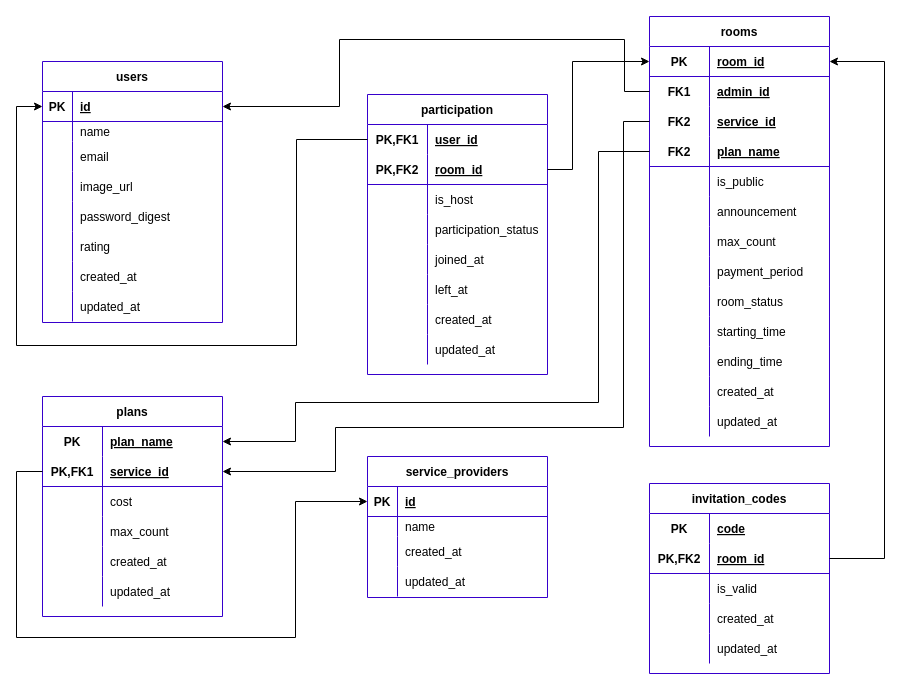
Before: db/schema/table.drawio in billsgates/salamander, a draw.io diagram. Source tidied: cells renumbered, new cells numbered last; positions are measured from the earlier drawing's top-left corner, leaving out a move shared by most shapes. Both pictures are drawn from the tidied source at 100%, with x=0, y=0 at pixel (16, 16).
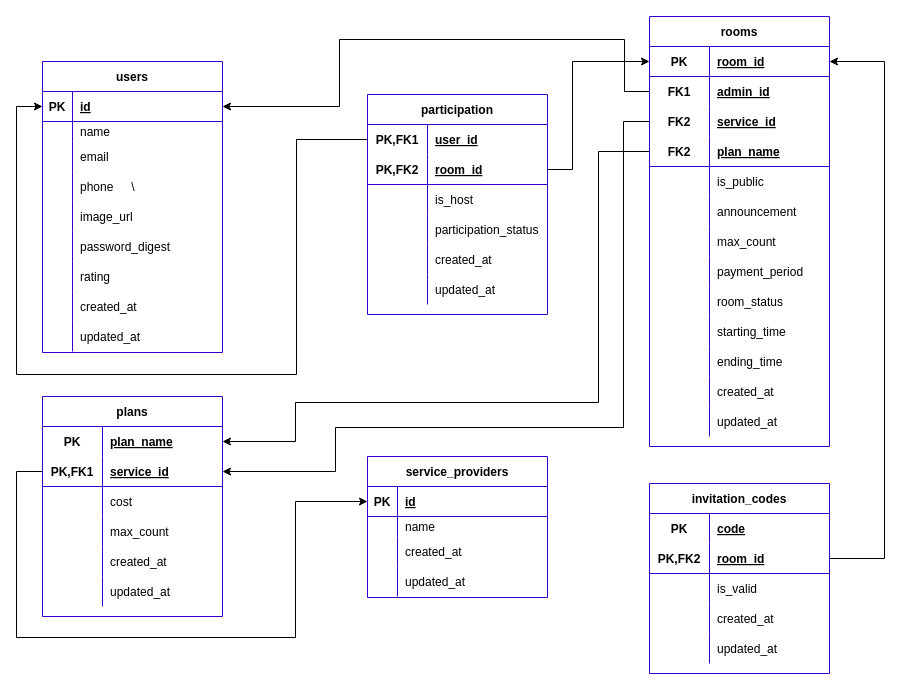
Above is the later version.

The change refers to these unchanged cells:
```xml
<mxCell id="3" style="shape=partialRectangle;top=0;left=0;bottom=1;right=0;points=[[0,0.5],[1,0.5]];portConstraint=eastwest;labelBorderColor=#000000;fontColor=#ffffff;fillColor=none;strokeColor=#3700CC;" parent="2" vertex="1">
  <mxGeometry y="30" width="180" height="30" as="geometry" />
</mxCell>
<mxCell id="100" style="shape=partialRectangle;fillColor=none;top=0;left=0;bottom=0;right=0;points=[[0,0.5],[1,0.5]];portConstraint=eastwest;strokeColor=#3700CC;" parent="99" vertex="1">
  <mxGeometry y="30" width="180" height="30" as="geometry" />
</mxCell>
```

Diff of the diagram source:
```diff
@@
     <mxCell id="2" value="users" style="shape=table;startSize=30;childLayout=tableLayout;rowLines=0;fontStyle=1;align=center;labelBackgroundColor=none;strokeColor=#3700CC;swimlaneFillColor=#ffffff;fontColor=#000000;fillColor=#FFFFFF;" parent="1" vertex="1">
-      <mxGeometry x="26" y="45" width="180" height="261" as="geometry" />
+      <mxGeometry x="26" y="45" width="180" height="291" as="geometry" />
     </mxCell>
@@
+    <mxCell id="147" style="shape=partialRectangle;fillColor=none;top=0;left=0;bottom=0;right=0;" parent="2" vertex="1">
+      <mxGeometry y="110" width="180" height="30" as="geometry" />
+    </mxCell>
+    <mxCell id="148" style="shape=partialRectangle;fillColor=none;top=0;left=0;bottom=0;right=0;overflow=hidden;" parent="147" vertex="1">
+      <mxGeometry width="30" height="30" as="geometry" />
+    </mxCell>
+    <mxCell id="149" value="phone" style="shape=partialRectangle;fillColor=none;top=0;left=0;bottom=0;right=0;align=left;spacingLeft=6;overflow=hidden;fontColor=#000000;" parent="147" vertex="1">
+      <mxGeometry x="30" width="150" height="30" as="geometry" />
+    </mxCell>
     <mxCell id="12" style="shape=partialRectangle;fillColor=none;top=0;left=0;bottom=0;right=0;" parent="2" vertex="1">
-      <mxGeometry y="110" width="180" height="30" as="geometry" />
+      <mxGeometry y="140" width="180" height="30" as="geometry" />
     </mxCell>
@@
     <mxCell id="15" style="shape=partialRectangle;fillColor=none;top=0;left=0;bottom=0;right=0;" parent="2" vertex="1">
-      <mxGeometry y="140" width="180" height="30" as="geometry" />
+      <mxGeometry y="170" width="180" height="30" as="geometry" />
     </mxCell>
@@
     <mxCell id="18" style="shape=partialRectangle;fillColor=none;top=0;left=0;bottom=0;right=0;" parent="2" vertex="1">
-      <mxGeometry y="170" width="180" height="30" as="geometry" />
+      <mxGeometry y="200" width="180" height="30" as="geometry" />
     </mxCell>
@@
     <mxCell id="21" style="shape=partialRectangle;fillColor=none;top=0;left=0;bottom=0;right=0;" parent="2" vertex="1">
-      <mxGeometry y="200" width="180" height="30" as="geometry" />
+      <mxGeometry y="230" width="180" height="30" as="geometry" />
     </mxCell>
@@
     <mxCell id="24" style="shape=partialRectangle;fillColor=none;top=0;left=0;bottom=0;right=0;" parent="2" vertex="1">
-      <mxGeometry y="230" width="180" height="30" as="geometry" />
+      <mxGeometry y="260" width="180" height="30" as="geometry" />
     </mxCell>
@@
     <mxCell id="99" value="participation" style="shape=table;startSize=30;childLayout=tableLayout;rowLines=0;fontStyle=1;align=center;shadow=0;labelBackgroundColor=none;strokeColor=#3700CC;fontColor=#000000;fillColor=#FFFFFF;swimlaneFillColor=#ffffff;" parent="1" vertex="1">
-      <mxGeometry x="351" y="78" width="180" height="280" as="geometry" />
+      <mxGeometry x="351" y="78" width="180" height="220" as="geometry" />
     </mxCell>
@@
-    <mxCell id="112" style="shape=partialRectangle;fillColor=none;top=0;left=0;bottom=0;right=0;" parent="99" vertex="1">
-      <mxGeometry y="150" width="180" height="30" as="geometry" />
-    </mxCell>
-    <mxCell id="113" style="shape=partialRectangle;fillColor=none;top=0;left=0;bottom=0;right=0;overflow=hidden;fontColor=#000000;" parent="112" vertex="1">
-      <mxGeometry width="60" height="30" as="geometry" />
-    </mxCell>
-    <mxCell id="114" value="joined_at" style="shape=partialRectangle;fillColor=none;top=0;left=0;bottom=0;right=0;align=left;spacingLeft=6;overflow=hidden;fontColor=#000000;" parent="112" vertex="1">
-      <mxGeometry x="60" width="120" height="30" as="geometry" />
-    </mxCell>
-    <mxCell id="115" style="shape=partialRectangle;fillColor=none;top=0;left=0;bottom=0;right=0;" parent="99" vertex="1">
-      <mxGeometry y="180" width="180" height="30" as="geometry" />
-    </mxCell>
-    <mxCell id="116" style="shape=partialRectangle;fillColor=none;top=0;left=0;bottom=0;right=0;overflow=hidden;fontColor=#000000;" parent="115" vertex="1">
-      <mxGeometry width="60" height="30" as="geometry" />
-    </mxCell>
-    <mxCell id="117" value="left_at" style="shape=partialRectangle;fillColor=none;top=0;left=0;bottom=0;right=0;align=left;spacingLeft=6;overflow=hidden;fontColor=#000000;" parent="115" vertex="1">
-      <mxGeometry x="60" width="120" height="30" as="geometry" />
-    </mxCell>
     <mxCell id="118" style="shape=partialRectangle;fillColor=none;top=0;left=0;bottom=0;right=0;" parent="99" vertex="1">
-      <mxGeometry y="210" width="180" height="30" as="geometry" />
+      <mxGeometry y="150" width="180" height="30" as="geometry" />
     </mxCell>
@@
     <mxCell id="121" style="shape=partialRectangle;fillColor=none;top=0;left=0;bottom=0;right=0;" parent="99" vertex="1">
-      <mxGeometry y="240" width="180" height="30" as="geometry" />
+      <mxGeometry y="180" width="180" height="30" as="geometry" />
     </mxCell>
@@
     <mxCell id="128" style="edgeStyle=orthogonalEdgeStyle;rounded=0;jettySize=auto;html=1;exitX=0;exitY=0.5;exitDx=0;exitDy=0;strokeColor=#000000;fontColor=#000000;entryX=0;entryY=0.5;entryDx=0;entryDy=0;" parent="1" edge="1" source="100" target="3">
       <mxGeometry relative="1" as="geometry">
         <Array as="points">
           <mxPoint x="280" y="123" />
-          <mxPoint x="280" y="329" />
-          <mxPoint y="329" />
+          <mxPoint x="280" y="358" />
+          <mxPoint y="358" />
           <mxPoint y="90" />
         </Array>
       </mxGeometry>
     </mxCell>
@@
+    <mxCell id="150" value="\" style="shape=partialRectangle;fillColor=none;top=0;left=0;bottom=0;right=0;" parent="1" vertex="1">
+      <mxGeometry x="27" y="155" width="180" height="30" as="geometry" />
+    </mxCell>
+    <mxCell id="151" style="shape=partialRectangle;fillColor=none;top=0;left=0;bottom=0;right=0;overflow=hidden;" parent="150" vertex="1">
+      <mxGeometry width="30" height="30" as="geometry" />
+    </mxCell>
```
